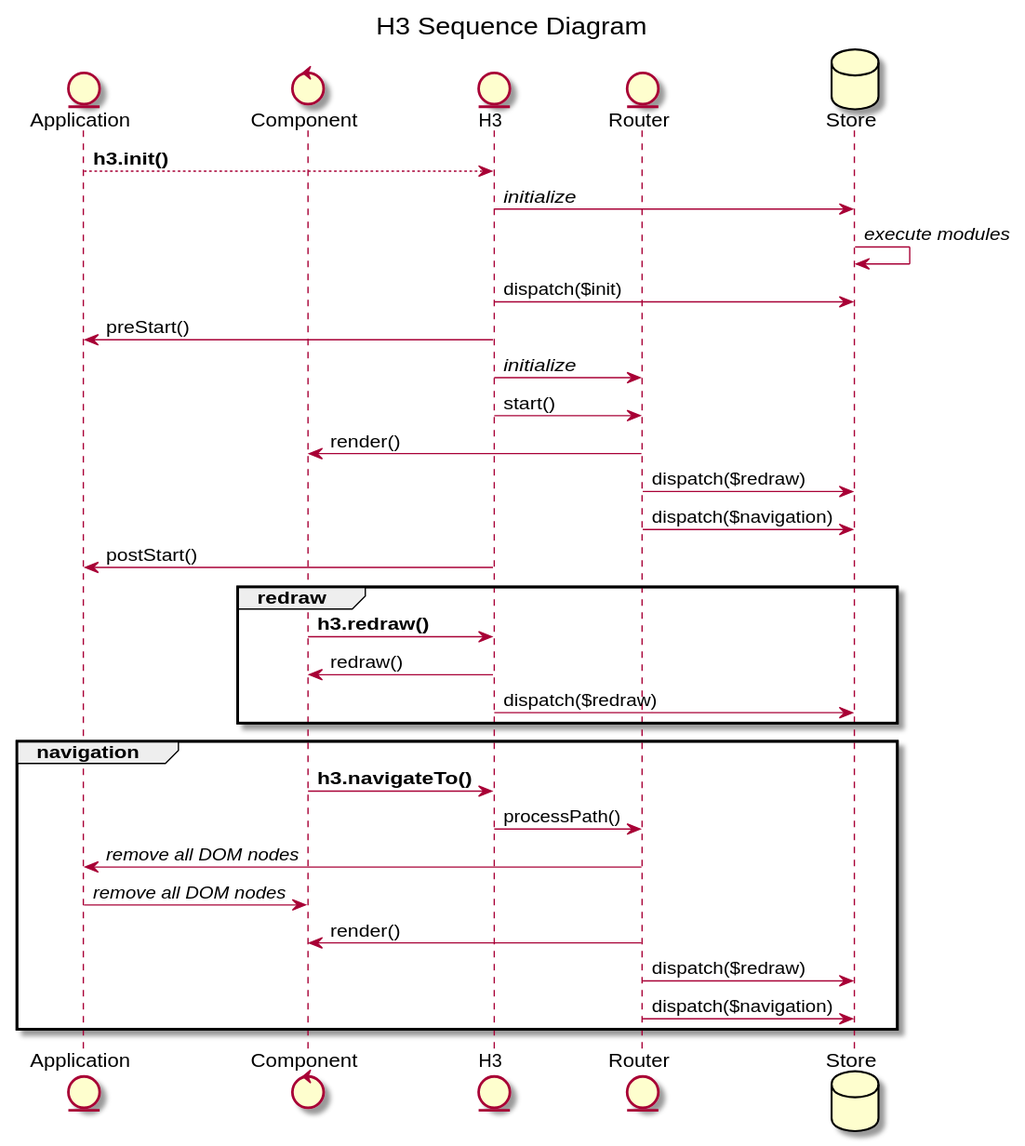
Above: docs/images/h3.sequence.svg in h3rald/h3 (PlantUML), before the change.
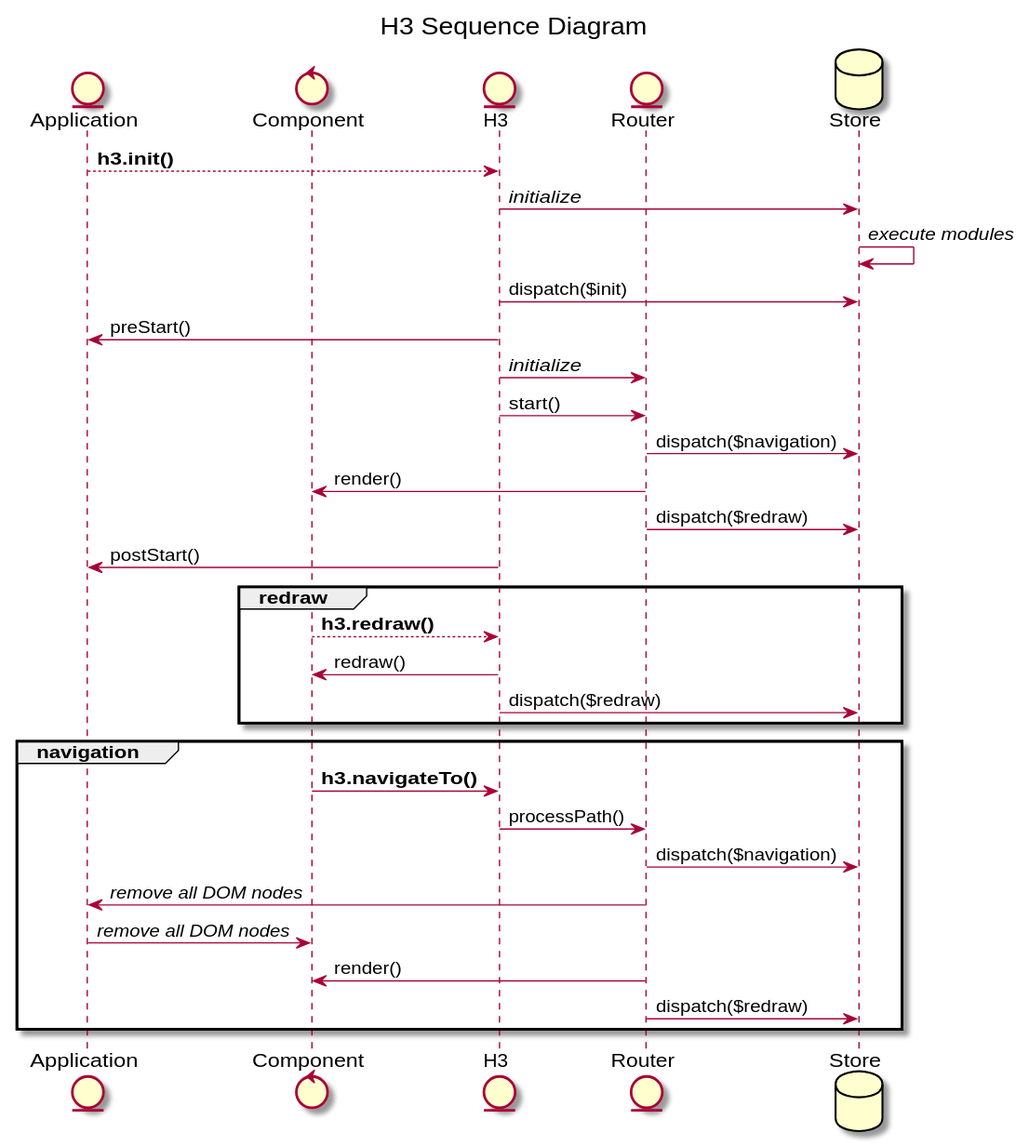
After the change.

The edit, as a diff of the source:
```diff
@@ -14,13 +14,14 @@
 H3 -> Application : preStart()
 H3 -> Router : //initialize//
 H3 -> Router : start()
+Router -> Store: dispatch($navigation)
 Router -> Component : render()
 Router -> Store: dispatch($redraw)
-Router -> Store: dispatch($navigation)
+
 H3 -> Application : postStart()
 
 group redraw
-    Component -> H3 : <b>h3.redraw()</b>
+    Component --> H3 : <b>h3.redraw()</b>
     H3 -> Component : redraw()
     H3 -> Store: dispatch($redraw)
 end
@@ -28,10 +29,11 @@
 group navigation
     Component -> H3 : <b>h3.navigateTo()</b>
     H3 -> Router : processPath()
+    Router -> Store: dispatch($navigation)
     Router -> Application : //remove all DOM nodes//
     Application -> Component : //remove all DOM nodes//
     Router -> Component : render()
     Router -> Store: dispatch($redraw)
-    Router -> Store: dispatch($navigation)
+
 end
 @enduml
```
